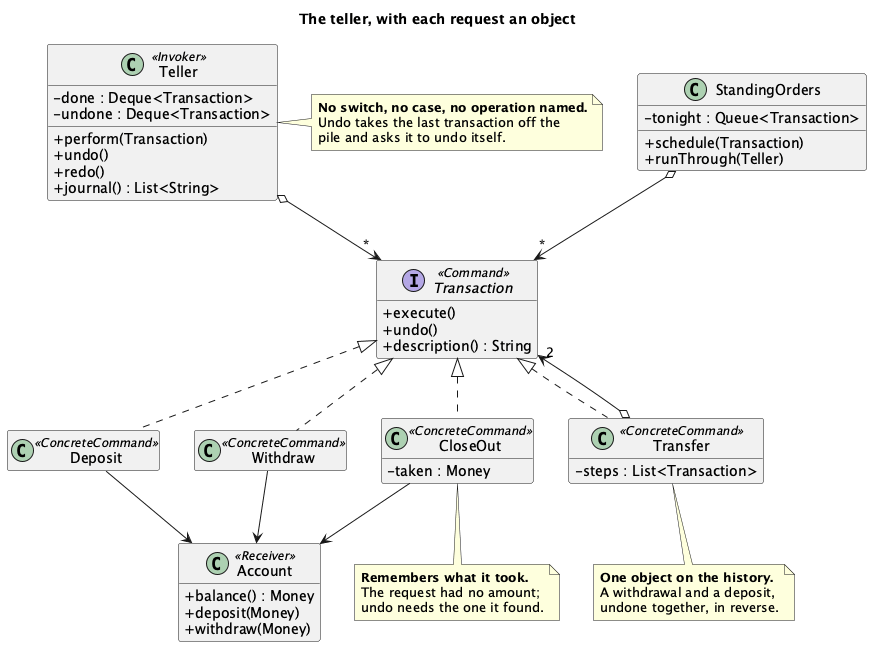
Earlier version of the PlantUML export src/main/java/dev/kaldiroglu/dp/behavioral/command/account/uml/Command - Account (Solution) - Class Diagram.png (kaldiroglu/DesignPatternsWithJava). Its diagram source:
```plantuml
@startuml "Command - Account (Solution) - Class Diagram"
skinparam classAttributeIconSize 0
hide empty members
title The teller, with each request an object

class Teller <<Invoker>> {
  - done : Deque<Transaction>
  - undone : Deque<Transaction>
  + perform(Transaction)
  + undo()
  + redo()
  + journal() : List<String>
}

interface Transaction <<Command>> {
  + execute()
  + undo()
  + description() : String
}

class Deposit <<ConcreteCommand>>
class Withdraw <<ConcreteCommand>>
class CloseOut <<ConcreteCommand>> {
  - taken : Money
}
class Transfer <<ConcreteCommand>> {
  - steps : List<Transaction>
}

class Account <<Receiver>> {
  + balance() : Money
  + deposit(Money)
  + withdraw(Money)
}

class StandingOrders {
  - tonight : Queue<Transaction>
  + schedule(Transaction)
  + runThrough(Teller)
}

Teller o--> "*" Transaction
StandingOrders o--> "*" Transaction
Transaction <|.. Deposit
Transaction <|.. Withdraw
Transaction <|.. CloseOut
Transaction <|.. Transfer
Transfer o--> "2" Transaction
Deposit --> Account
Withdraw --> Account
CloseOut --> Account

note right of Teller
  <b>No switch, no case, no operation named.</b>
  Undo takes the last transaction off the
  pile and asks it to undo itself.
end note

note bottom of CloseOut
  <b>Remembers what it took.</b>
  The request had no amount;
  undo needs the one it found.
end note

note bottom of Transfer
  <b>One object on the history.</b>
  A withdrawal and a deposit,
  undone together, in reverse.
end note
@enduml
```
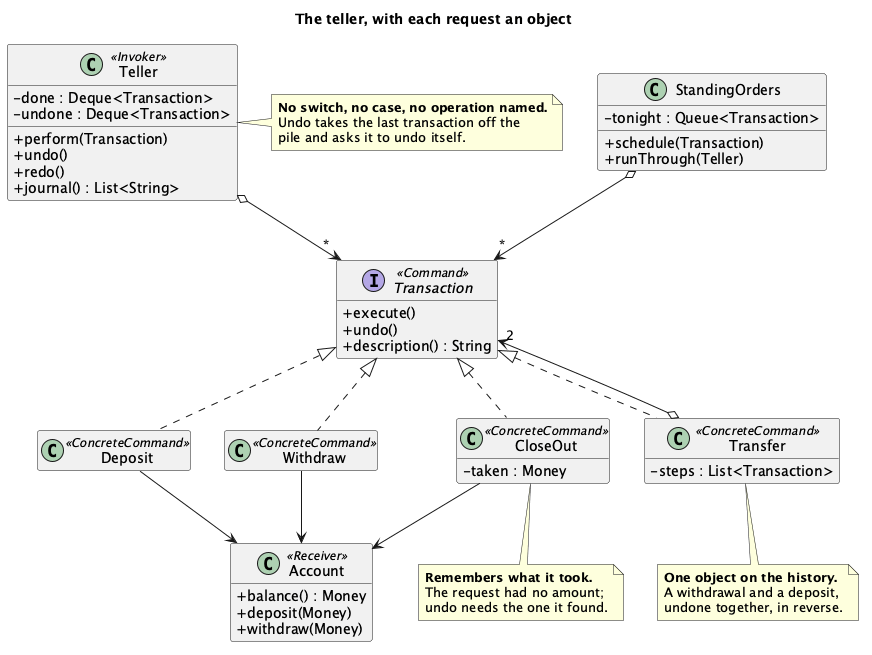
Later version of the same file.

Diff of the diagram source:
```diff
@@ -1,4 +1,12 @@
-@startuml "Command - Account (Solution) - Class Diagram"
+@startuml
+skinparam linetype polyline
+skinparam class {
+  BackgroundColor<<spacer>> transparent
+  BorderColor<<spacer>> transparent
+  FontColor<<spacer>> transparent
+}
+hide <<spacer>> stereotype
+hide <<spacer>> circle
 skinparam classAttributeIconSize 0
 hide empty members
 title The teller, with each request an object
@@ -39,16 +47,10 @@
   + runThrough(Teller)
 }
 
-Teller o--> "*" Transaction
-StandingOrders o--> "*" Transaction
 Transaction <|.. Deposit
 Transaction <|.. Withdraw
 Transaction <|.. CloseOut
 Transaction <|.. Transfer
-Transfer o--> "2" Transaction
-Deposit --> Account
-Withdraw --> Account
-CloseOut --> Account
 
 note right of Teller
   <b>No switch, no case, no operation named.</b>
@@ -67,4 +69,17 @@
   A withdrawal and a deposit,
   undone together, in reverse.
 end note
+class " " as Spacer1 <<spacer>>
+Transaction -[hidden]- Spacer1
+Transaction -[hidden]- Spacer1
+Deposit -[hidden]right- Withdraw
+Withdraw -[hidden]right- Spacer1
+Spacer1 -[hidden]right- CloseOut
+CloseOut -[hidden]right- Transfer
+Teller o--> "*" Transaction
+StandingOrders o--> "*" Transaction
+Transfer o--> "2" Transaction
+Deposit --> Account
+Withdraw --> Account
+CloseOut --> Account
 @enduml
```
